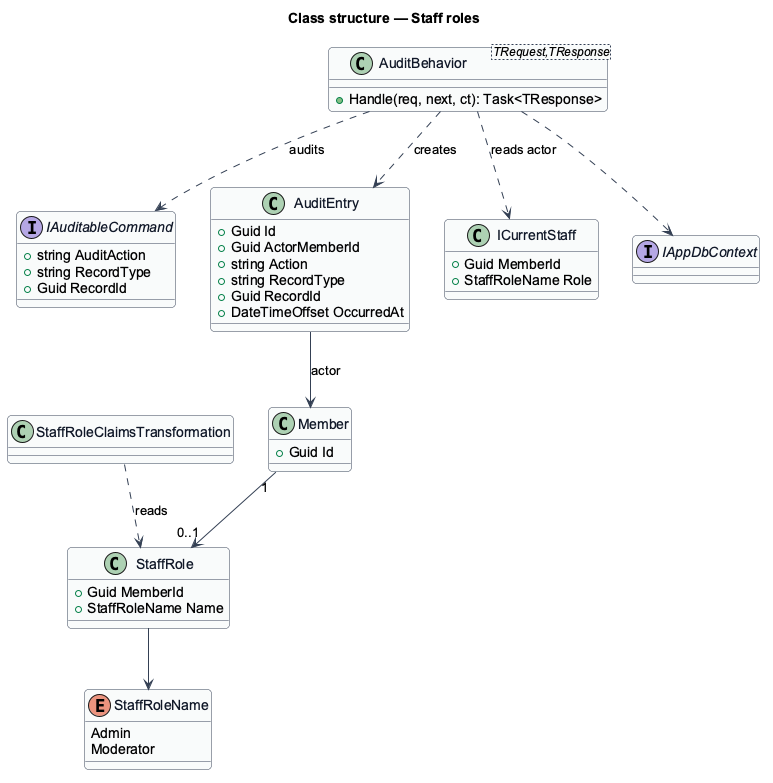
Earlier version of the PlantUML export docs/detailed-designs/admin-access/staff-roles/diagrams/class.png (QuinntyneBrown/christian-fitness).
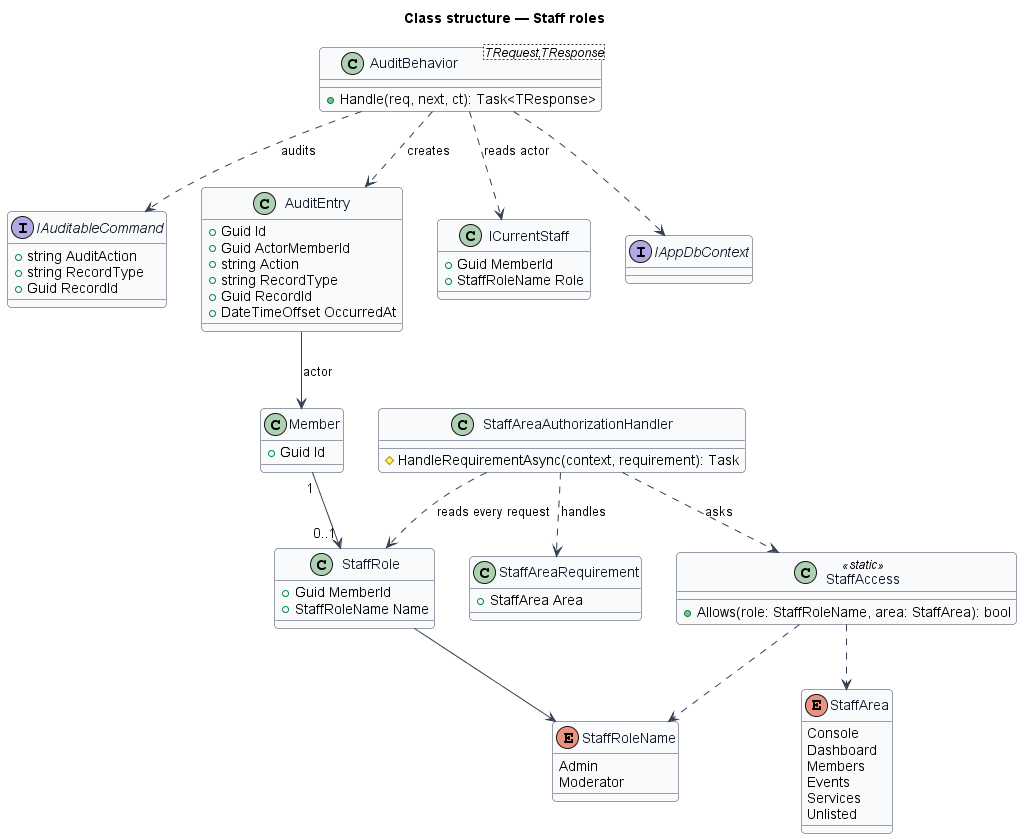
The same diagram one commit later.

Diff of the diagram source:
```diff
@@ -42,7 +42,23 @@
   +Guid MemberId
   +StaffRoleName Role
 }
-class StaffRoleClaimsTransformation
+enum StaffArea {
+  Console
+  Dashboard
+  Members
+  Events
+  Services
+  Unlisted
+}
+class StaffAccess <<static>> {
+  +Allows(role: StaffRoleName, area: StaffArea): bool
+}
+class StaffAreaRequirement {
+  +StaffArea Area
+}
+class StaffAreaAuthorizationHandler {
+  #HandleRequirementAsync(context, requirement): Task
+}
 interface IAppDbContext
 
 Member "1" --> "0..1" StaffRole
@@ -51,6 +67,10 @@
 AuditBehavior ..> ICurrentStaff : reads actor
 AuditBehavior ..> AuditEntry : creates
 AuditBehavior ..> IAppDbContext
-StaffRoleClaimsTransformation ..> StaffRole : reads
+StaffAreaAuthorizationHandler ..> StaffAreaRequirement : handles
+StaffAreaAuthorizationHandler ..> StaffRole : reads every request
+StaffAreaAuthorizationHandler ..> StaffAccess : asks
+StaffAccess ..> StaffArea
+StaffAccess ..> StaffRoleName
 AuditEntry --> Member : actor
 @enduml
```
